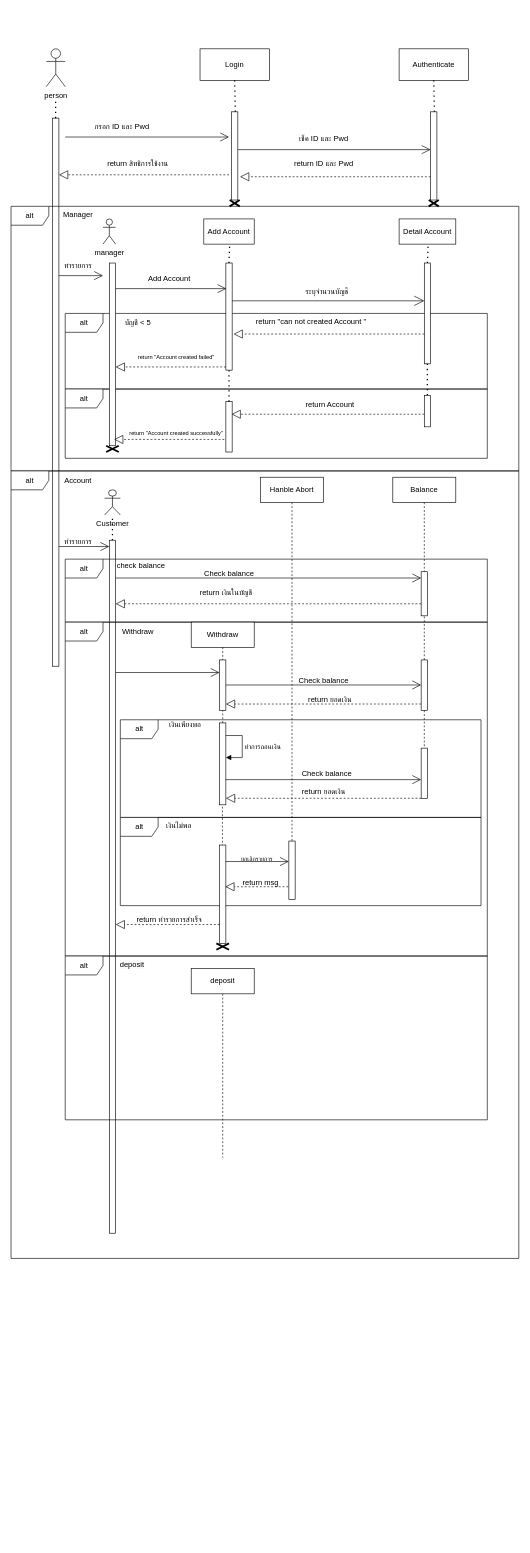
This is OOSELab4_Sequence.drawio from Supatchai2003/OOSE-, a draw.io file, before an edit. Source tidied: cells renumbered, new cells numbered last; positions are measured from the earlier drawing's top-left corner, leaving out a move shared by most shapes. Both pictures are drawn from the tidied source at 63%, with x=0, y=0 at pixel (11, 49).
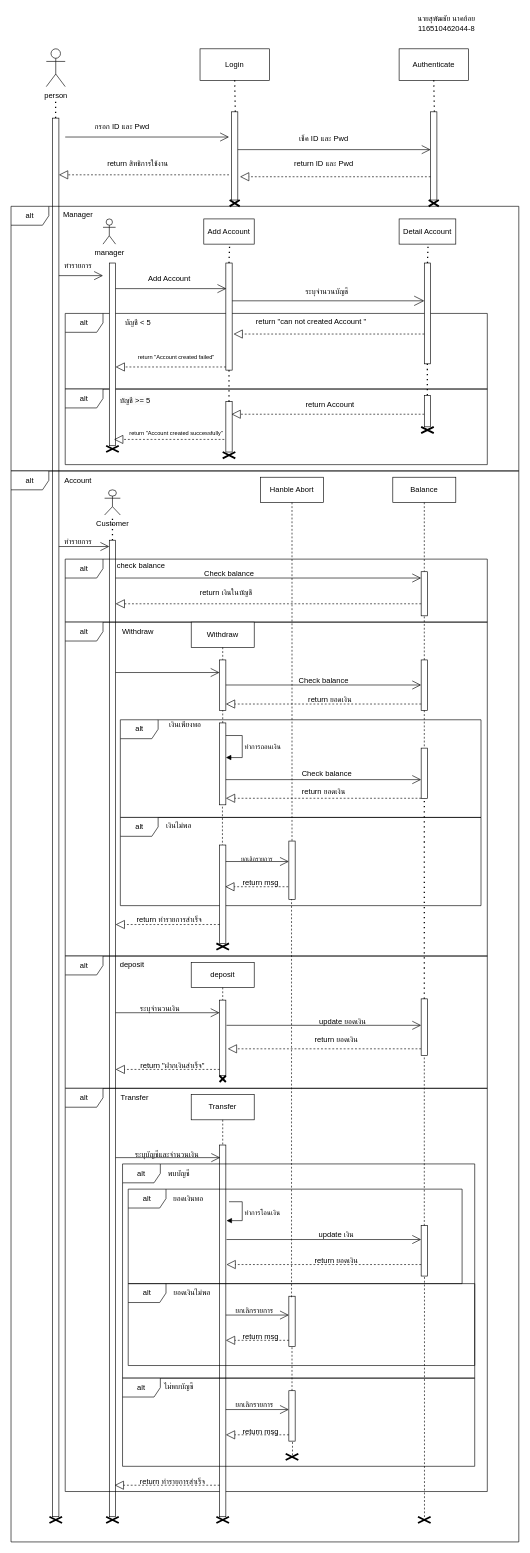
The same diagram, later.

The change refers to these unchanged cells:
```xml
<mxCell id="87" style="html=1;points=[[0,0,0,0,5],[0,1,0,0,-5],[1,0,0,0,5],[1,1,0,0,-5]];perimeter=orthogonalPerimeter;outlineConnect=0;targetShapes=umlLifeline;portConstraint=eastwest;newEdgeStyle={&quot;curved&quot;:0,&quot;rounded&quot;:0};" parent="1" vertex="1">
  <mxGeometry x="651" y="1110" width="10" height="80" as="geometry" />
</mxCell>
<mxCell id="94" style="html=1;points=[[0,0,0,0,5],[0,1,0,0,-5],[1,0,0,0,5],[1,1,0,0,-5]];perimeter=orthogonalPerimeter;outlineConnect=0;targetShapes=umlLifeline;portConstraint=eastwest;newEdgeStyle={&quot;curved&quot;:0,&quot;rounded&quot;:0};" parent="1" vertex="1">
  <mxGeometry x="441" y="1257.5" width="10" height="92.5" as="geometry" />
</mxCell>
```

Change to the diagram source:
```diff
@@
     <mxCell id="5" style="html=1;points=[[0,0,0,0,5],[0,1,0,0,-5],[1,0,0,0,5],[1,1,0,0,-5]];perimeter=orthogonalPerimeter;outlineConnect=0;targetShapes=umlLifeline;portConstraint=eastwest;newEdgeStyle={&quot;curved&quot;:0,&quot;rounded&quot;:0};" parent="1" vertex="1">
-      <mxGeometry x="66" y="110" width="10" height="870" as="geometry" />
+      <mxGeometry x="66" y="110" width="10" height="2220" as="geometry" />
     </mxCell>
@@
     <mxCell id="26" value="alt" style="shape=umlFrame;whiteSpace=wrap;html=1;" parent="1" vertex="1">
-      <mxGeometry x="86" y="540" width="670" height="110" as="geometry" />
+      <mxGeometry x="86" y="540" width="670" height="120" as="geometry" />
     </mxCell>
@@
     <mxCell id="54" value="alt" style="shape=umlFrame;whiteSpace=wrap;html=1;" parent="1" vertex="1">
-      <mxGeometry y="670" width="806" height="1250" as="geometry" />
+      <mxGeometry y="670" width="806" height="1700" as="geometry" />
     </mxCell>
@@
     <mxCell id="58" style="html=1;points=[[0,0,0,0,5],[0,1,0,0,-5],[1,0,0,0,5],[1,1,0,0,-5]];perimeter=orthogonalPerimeter;outlineConnect=0;targetShapes=umlLifeline;portConstraint=eastwest;newEdgeStyle={&quot;curved&quot;:0,&quot;rounded&quot;:0};" parent="1" vertex="1">
-      <mxGeometry x="156" y="780" width="10" height="1100" as="geometry" />
+      <mxGeometry x="156" y="780" width="10" height="1550" as="geometry" />
     </mxCell>
@@
     <mxCell id="104" value="alt" style="shape=umlFrame;whiteSpace=wrap;html=1;" parent="1" vertex="1">
-      <mxGeometry x="86" y="1440" width="670" height="260" as="geometry" />
+      <mxGeometry x="86" y="1440" width="670" height="210" as="geometry" />
     </mxCell>
     <mxCell id="105" value="deposit" style="shape=umlLifeline;perimeter=lifelinePerimeter;whiteSpace=wrap;html=1;newEdgeStyle={&quot;curved&quot;:0,&quot;rounded&quot;:0};" parent="1" vertex="1">
-      <mxGeometry x="286" y="1460" width="100" height="300" as="geometry" />
+      <mxGeometry x="286" y="1450" width="100" height="60" as="geometry" />
     </mxCell>
@@
+    <mxCell id="107" style="html=1;points=[[0,0,0,0,5],[0,1,0,0,-5],[1,0,0,0,5],[1,1,0,0,-5]];perimeter=orthogonalPerimeter;outlineConnect=0;targetShapes=umlLifeline;portConstraint=eastwest;newEdgeStyle={&quot;curved&quot;:0,&quot;rounded&quot;:0};" parent="1" vertex="1">
+      <mxGeometry x="331" y="1510" width="10" height="120" as="geometry" />
+    </mxCell>
+    <mxCell id="108" style="endArrow=open;endFill=1;endSize=12;html=1;rounded=0;" parent="1" edge="1" target="107">
+      <mxGeometry relative="1" as="geometry">
+        <mxPoint x="166" y="1530" as="sourcePoint" />
+      </mxGeometry>
+    </mxCell>
+    <mxCell id="109" value="ระบุจำนวนเงิน" style="text;html=1;align=center;verticalAlign=middle;strokeColor=none;fillColor=none;" parent="1" vertex="1">
+      <mxGeometry x="191" y="1508" width="90" height="30" as="geometry" />
+    </mxCell>
+    <mxCell id="110" value="update ยอดเงิน" style="text;html=1;align=center;verticalAlign=middle;strokeColor=none;fillColor=none;" parent="1" vertex="1">
+      <mxGeometry x="476" y="1530" width="100" height="30" as="geometry" />
+    </mxCell>
+    <mxCell id="111" style="endArrow=block;dashed=1;endFill=0;endSize=12;html=1;rounded=0;" parent="1" edge="1" source="147">
+      <mxGeometry relative="1" as="geometry">
+        <mxPoint x="344" y="1587.3" as="targetPoint" />
+      </mxGeometry>
+    </mxCell>
+    <mxCell id="112" value="return ยอดเงิน" style="text;html=1;align=center;verticalAlign=middle;strokeColor=none;fillColor=none;" parent="1" vertex="1">
+      <mxGeometry x="466" y="1558" width="100" height="30" as="geometry" />
+    </mxCell>
+    <mxCell id="113" style="endArrow=block;dashed=1;endFill=0;endSize=12;html=1;rounded=0;" parent="1" edge="1">
+      <mxGeometry relative="1" as="geometry">
+        <mxPoint x="331" y="1620" as="sourcePoint" />
+        <mxPoint x="166" y="1620" as="targetPoint" />
+      </mxGeometry>
+    </mxCell>
+    <mxCell id="114" value="return &quot;ฝากเงินสำเร็จ&quot;" style="text;html=1;align=center;verticalAlign=middle;strokeColor=none;fillColor=none;" parent="1" vertex="1">
+      <mxGeometry x="191" y="1600" width="130" height="30" as="geometry" />
+    </mxCell>
+    <mxCell id="115" style="shape=umlDestroy;whiteSpace=wrap;html=1;strokeWidth=3;targetShapes=umlLifeline;" parent="1" vertex="1">
+      <mxGeometry x="331" y="1630" width="10" height="10" as="geometry" />
+    </mxCell>
+    <mxCell id="116" value="alt" style="shape=umlFrame;whiteSpace=wrap;html=1;" parent="1" vertex="1">
+      <mxGeometry x="86" y="1650" width="670" height="640" as="geometry" />
+    </mxCell>
+    <mxCell id="117" value="Transfer" style="text;html=1;align=center;verticalAlign=middle;strokeColor=none;fillColor=none;" parent="1" vertex="1">
+      <mxGeometry x="161" y="1650" width="70" height="30" as="geometry" />
+    </mxCell>
+    <mxCell id="118" value="Transfer" style="shape=umlLifeline;perimeter=lifelinePerimeter;whiteSpace=wrap;html=1;newEdgeStyle={&quot;curved&quot;:0,&quot;rounded&quot;:0};" parent="1" vertex="1">
+      <mxGeometry x="286" y="1660" width="100" height="80" as="geometry" />
+    </mxCell>
+    <mxCell id="119" style="html=1;points=[[0,0,0,0,5],[0,1,0,0,-5],[1,0,0,0,5],[1,1,0,0,-5]];perimeter=orthogonalPerimeter;outlineConnect=0;targetShapes=umlLifeline;portConstraint=eastwest;newEdgeStyle={&quot;curved&quot;:0,&quot;rounded&quot;:0};" parent="1" vertex="1">
+      <mxGeometry x="331" y="1740" width="10" height="590" as="geometry" />
+    </mxCell>
+    <mxCell id="120" style="endArrow=open;endFill=1;endSize=12;html=1;rounded=0;" parent="1" edge="1" source="58">
+      <mxGeometry relative="1" as="geometry">
+        <mxPoint x="332" y="1760" as="targetPoint" />
+      </mxGeometry>
+    </mxCell>
+    <mxCell id="121" value="ระบุบัญชีและจำนวนเงิน" style="text;html=1;align=center;verticalAlign=middle;strokeColor=none;fillColor=none;" parent="1" vertex="1">
+      <mxGeometry x="177" y="1740" width="140" height="30" as="geometry" />
+    </mxCell>
+    <mxCell id="122" value="alt" style="shape=umlFrame;whiteSpace=wrap;html=1;" parent="1" vertex="1">
+      <mxGeometry x="177" y="1770" width="559" height="340" as="geometry" />
+    </mxCell>
+    <mxCell id="123" value="พบบัญชี" style="text;html=1;align=center;verticalAlign=middle;strokeColor=none;fillColor=none;" parent="1" vertex="1">
+      <mxGeometry x="236" y="1770" width="60" height="30" as="geometry" />
+    </mxCell>
+    <mxCell id="124" value="alt" style="shape=umlFrame;whiteSpace=wrap;html=1;" parent="1" vertex="1">
+      <mxGeometry x="186" y="1960" width="550" height="130" as="geometry" />
+    </mxCell>
+    <mxCell id="125" value="alt" style="shape=umlFrame;whiteSpace=wrap;html=1;" parent="1" vertex="1">
+      <mxGeometry x="186" y="1810" width="530" height="150" as="geometry" />
+    </mxCell>
+    <mxCell id="126" value="ยอดเงินพอ" style="text;html=1;align=center;verticalAlign=middle;strokeColor=none;fillColor=none;" parent="1" vertex="1">
+      <mxGeometry x="241" y="1810" width="80" height="30" as="geometry" />
+    </mxCell>
+    <mxCell id="127" value="ทำการโอนเงิน" style="html=1;align=left;spacingLeft=2;endArrow=block;rounded=0;edgeStyle=orthogonalEdgeStyle;curved=0;rounded=0;" parent="1" edge="1">
+      <mxGeometry relative="1" as="geometry">
+        <mxPoint x="346" y="1830" as="sourcePoint" />
+        <mxPoint x="342" y="1860" as="targetPoint" />
+        <Array as="points">
+          <mxPoint x="367" y="1860" />
+        </Array>
+      </mxGeometry>
+    </mxCell>
+    <mxCell id="128" style="html=1;points=[[0,0,0,0,5],[0,1,0,0,-5],[1,0,0,0,5],[1,1,0,0,-5]];perimeter=orthogonalPerimeter;outlineConnect=0;targetShapes=umlLifeline;portConstraint=eastwest;newEdgeStyle={&quot;curved&quot;:0,&quot;rounded&quot;:0};" parent="1" vertex="1">
+      <mxGeometry x="651" y="1868" width="10" height="80" as="geometry" />
+    </mxCell>
+    <mxCell id="129" style="endArrow=open;endFill=1;endSize=12;html=1;rounded=0;" parent="1" edge="1" target="128">
+      <mxGeometry relative="1" as="geometry">
+        <mxPoint x="342" y="1890" as="sourcePoint" />
+      </mxGeometry>
+    </mxCell>
+    <mxCell id="130" value="update เงิน" style="text;html=1;align=center;verticalAlign=middle;strokeColor=none;fillColor=none;" parent="1" vertex="1">
+      <mxGeometry x="476" y="1868" width="80" height="30" as="geometry" />
+    </mxCell>
+    <mxCell id="131" style="endArrow=block;dashed=1;endFill=0;endSize=12;html=1;rounded=0;" parent="1" edge="1" source="128">
+      <mxGeometry relative="1" as="geometry">
+        <mxPoint x="342" y="1929.7" as="targetPoint" />
+      </mxGeometry>
+    </mxCell>
+    <mxCell id="132" value="return ยอดเงิน" style="text;html=1;align=center;verticalAlign=middle;strokeColor=none;fillColor=none;" parent="1" vertex="1">
+      <mxGeometry x="466" y="1908" width="100" height="30" as="geometry" />
+    </mxCell>
+    <mxCell id="133" value="ยอดเงินไม่พอ" style="text;html=1;align=center;verticalAlign=middle;strokeColor=none;fillColor=none;" parent="1" vertex="1">
+      <mxGeometry x="242" y="1960" width="90" height="30" as="geometry" />
+    </mxCell>
+    <mxCell id="134" style="html=1;points=[[0,0,0,0,5],[0,1,0,0,-5],[1,0,0,0,5],[1,1,0,0,-5]];perimeter=orthogonalPerimeter;outlineConnect=0;targetShapes=umlLifeline;portConstraint=eastwest;newEdgeStyle={&quot;curved&quot;:0,&quot;rounded&quot;:0};" parent="1" vertex="1">
+      <mxGeometry x="441" y="1980" width="10" height="80" as="geometry" />
+    </mxCell>
+    <mxCell id="135" style="endArrow=open;endFill=1;endSize=12;html=1;rounded=0;" parent="1" edge="1">
+      <mxGeometry relative="1" as="geometry">
+        <mxPoint x="341" y="2009.9" as="sourcePoint" />
+        <mxPoint x="441" y="2009.9" as="targetPoint" />
+      </mxGeometry>
+    </mxCell>
+    <mxCell id="136" value="ยกเลิกรายการ" style="text;html=1;align=center;verticalAlign=middle;strokeColor=none;fillColor=none;" parent="1" vertex="1">
+      <mxGeometry x="341" y="1988" width="90" height="30" as="geometry" />
+    </mxCell>
+    <mxCell id="137" style="endArrow=block;dashed=1;endFill=0;endSize=12;html=1;rounded=0;" parent="1" edge="1">
+      <mxGeometry relative="1" as="geometry">
+        <mxPoint x="441" y="2050" as="sourcePoint" />
+        <mxPoint x="341" y="2050" as="targetPoint" />
+      </mxGeometry>
+    </mxCell>
+    <mxCell id="138" value="return msg" style="text;html=1;align=center;verticalAlign=middle;strokeColor=none;fillColor=none;" parent="1" vertex="1">
+      <mxGeometry x="356" y="2030" width="80" height="30" as="geometry" />
+    </mxCell>
+    <mxCell id="139" value="alt" style="shape=umlFrame;whiteSpace=wrap;html=1;" parent="1" vertex="1">
+      <mxGeometry x="177" y="2110" width="559" height="140" as="geometry" />
+    </mxCell>
+    <mxCell id="140" value="ไม่พบบัญชี" style="text;html=1;align=center;verticalAlign=middle;strokeColor=none;fillColor=none;" parent="1" vertex="1">
+      <mxGeometry x="226" y="2108" width="80" height="30" as="geometry" />
+    </mxCell>
+    <mxCell id="141" style="html=1;points=[[0,0,0,0,5],[0,1,0,0,-5],[1,0,0,0,5],[1,1,0,0,-5]];perimeter=orthogonalPerimeter;outlineConnect=0;targetShapes=umlLifeline;portConstraint=eastwest;newEdgeStyle={&quot;curved&quot;:0,&quot;rounded&quot;:0};" parent="1" vertex="1">
+      <mxGeometry x="441" y="2130" width="10" height="80" as="geometry" />
+    </mxCell>
+    <mxCell id="142" style="endArrow=open;endFill=1;endSize=12;html=1;rounded=0;" parent="1" edge="1">
+      <mxGeometry relative="1" as="geometry">
+        <mxPoint x="341" y="2159.9" as="sourcePoint" />
+        <mxPoint x="441" y="2159.9" as="targetPoint" />
+      </mxGeometry>
+    </mxCell>
+    <mxCell id="143" value="ยกเลิกรายการ" style="text;html=1;align=center;verticalAlign=middle;strokeColor=none;fillColor=none;" parent="1" vertex="1">
+      <mxGeometry x="341" y="2138" width="90" height="30" as="geometry" />
+    </mxCell>
+    <mxCell id="144" style="endArrow=block;dashed=1;endFill=0;endSize=12;html=1;rounded=0;" parent="1" edge="1">
+      <mxGeometry relative="1" as="geometry">
+        <mxPoint x="441" y="2200" as="sourcePoint" />
+        <mxPoint x="341" y="2200" as="targetPoint" />
+      </mxGeometry>
+    </mxCell>
+    <mxCell id="145" value="return msg" style="text;html=1;align=center;verticalAlign=middle;strokeColor=none;fillColor=none;" parent="1" vertex="1">
+      <mxGeometry x="356" y="2180" width="80" height="30" as="geometry" />
+    </mxCell>
+    <mxCell id="146" style="endArrow=open;endFill=1;endSize=12;html=1;rounded=0;" parent="1" edge="1" target="147">
+      <mxGeometry relative="1" as="geometry">
+        <mxPoint x="342" y="1550" as="sourcePoint" />
+      </mxGeometry>
+    </mxCell>
+    <mxCell id="147" style="html=1;points=[[0,0,0,0,5],[0,1,0,0,-5],[1,0,0,0,5],[1,1,0,0,-5]];perimeter=orthogonalPerimeter;outlineConnect=0;targetShapes=umlLifeline;portConstraint=eastwest;newEdgeStyle={&quot;curved&quot;:0,&quot;rounded&quot;:0};" parent="1" vertex="1">
+      <mxGeometry x="651" y="1508" width="10" height="90" as="geometry" />
+    </mxCell>
+    <mxCell id="148" style="endArrow=none;dashed=1;html=1;dashPattern=1 3;strokeWidth=2;rounded=0;" parent="1" edge="1" source="147" target="87">
+      <mxGeometry relative="1" as="geometry" />
+    </mxCell>
+    <mxCell id="149" style="endArrow=none;dashed=1;html=1;rounded=0;" parent="1" edge="1" source="128" target="147">
+      <mxGeometry relative="1" as="geometry" />
+    </mxCell>
+    <mxCell id="150" style="endArrow=none;dashed=1;html=1;rounded=0;exitX=0.513;exitY=0.047;exitDx=0;exitDy=0;exitPerimeter=0;" parent="1" edge="1" source="156" target="128">
+      <mxGeometry relative="1" as="geometry" />
+    </mxCell>
+    <mxCell id="151" style="shape=umlDestroy;whiteSpace=wrap;html=1;strokeWidth=3;targetShapes=umlLifeline;" parent="1" vertex="1">
+      <mxGeometry x="151" y="2330" width="20" height="10" as="geometry" />
+    </mxCell>
+    <mxCell id="152" style="shape=umlDestroy;whiteSpace=wrap;html=1;strokeWidth=3;targetShapes=umlLifeline;" parent="1" vertex="1">
+      <mxGeometry x="436" y="2230" width="20" height="10" as="geometry" />
+    </mxCell>
+    <mxCell id="153" style="endArrow=block;dashed=1;endFill=0;endSize=12;html=1;rounded=0;entryX=1;entryY=1;entryDx=0;entryDy=-5;entryPerimeter=0;" parent="1" edge="1" source="119">
+      <mxGeometry relative="1" as="geometry">
+        <mxPoint x="164.5" y="2280" as="targetPoint" />
+      </mxGeometry>
+    </mxCell>
+    <mxCell id="154" value="return ทำรายการสำเร็จ" style="text;html=1;align=center;verticalAlign=middle;strokeColor=none;fillColor=none;" parent="1" vertex="1">
+      <mxGeometry x="186" y="2260" width="140" height="30" as="geometry" />
+    </mxCell>
+    <mxCell id="155" style="shape=umlDestroy;whiteSpace=wrap;html=1;strokeWidth=3;targetShapes=umlLifeline;" parent="1" vertex="1">
+      <mxGeometry x="326" y="2330" width="20" height="10" as="geometry" />
+    </mxCell>
+    <mxCell id="156" style="shape=umlDestroy;whiteSpace=wrap;html=1;strokeWidth=3;targetShapes=umlLifeline;" parent="1" vertex="1">
+      <mxGeometry x="646" y="2330" width="20" height="10" as="geometry" />
+    </mxCell>
+    <mxCell id="157" style="shape=umlDestroy;whiteSpace=wrap;html=1;strokeWidth=3;targetShapes=umlLifeline;" parent="1" vertex="1">
+      <mxGeometry x="61" y="2330" width="20" height="10" as="geometry" />
+    </mxCell>
+    <mxCell id="158" style="shape=umlDestroy;whiteSpace=wrap;html=1;strokeWidth=3;targetShapes=umlLifeline;" parent="1" vertex="1">
+      <mxGeometry x="336" y="640" width="20" height="10" as="geometry" />
+    </mxCell>
+    <mxCell id="159" style="shape=umlDestroy;whiteSpace=wrap;html=1;strokeWidth=3;targetShapes=umlLifeline;" parent="1" vertex="1">
+      <mxGeometry x="651" y="600" width="20" height="10" as="geometry" />
+    </mxCell>
+    <mxCell id="160" value="&lt;span style=&quot;color: rgb(0, 0, 0); font-family: Helvetica; font-size: 12px; font-style: normal; font-variant-ligatures: normal; font-variant-caps: normal; font-weight: 400; letter-spacing: normal; orphans: 2; text-align: center; text-indent: 0px; text-transform: none; widows: 2; word-spacing: 0px; -webkit-text-stroke-width: 0px; white-space: nowrap; background-color: rgb(251, 251, 251); text-decoration-thickness: initial; text-decoration-style: initial; text-decoration-color: initial; display: inline !important; float: none;&quot;&gt;บัญชี &amp;gt;= 5&lt;/span&gt;" style="text;whiteSpace=wrap;html=1;" parent="1" vertex="1">
+      <mxGeometry x="171" y="545" width="80" height="40" as="geometry" />
+    </mxCell>
+    <mxCell id="161" style="endArrow=none;dashed=1;html=1;rounded=0;exitX=0.424;exitY=0.02;exitDx=0;exitDy=0;exitPerimeter=0;" parent="1" edge="1" source="134" target="94">
+      <mxGeometry relative="1" as="geometry" />
+    </mxCell>
+    <mxCell id="162" style="endArrow=none;dashed=1;html=1;rounded=0;" parent="1" edge="1" source="141" target="134">
+      <mxGeometry relative="1" as="geometry" />
+    </mxCell>
+    <mxCell id="163" style="endArrow=none;dashed=1;html=1;rounded=0;exitX=0.539;exitY=0.244;exitDx=0;exitDy=0;exitPerimeter=0;" parent="1" edge="1" source="152" target="141">
+      <mxGeometry relative="1" as="geometry" />
+    </mxCell>
+    <mxCell id="164" value="นายสุพัฒชัย นาคย้อย&lt;div&gt;116510462044-8&lt;/div&gt;" style="text;html=1;align=center;verticalAlign=middle;strokeColor=none;fillColor=none;" parent="1" vertex="1">
+      <mxGeometry x="626" y="-60" width="130" height="40" as="geometry" />
+    </mxCell>
```
